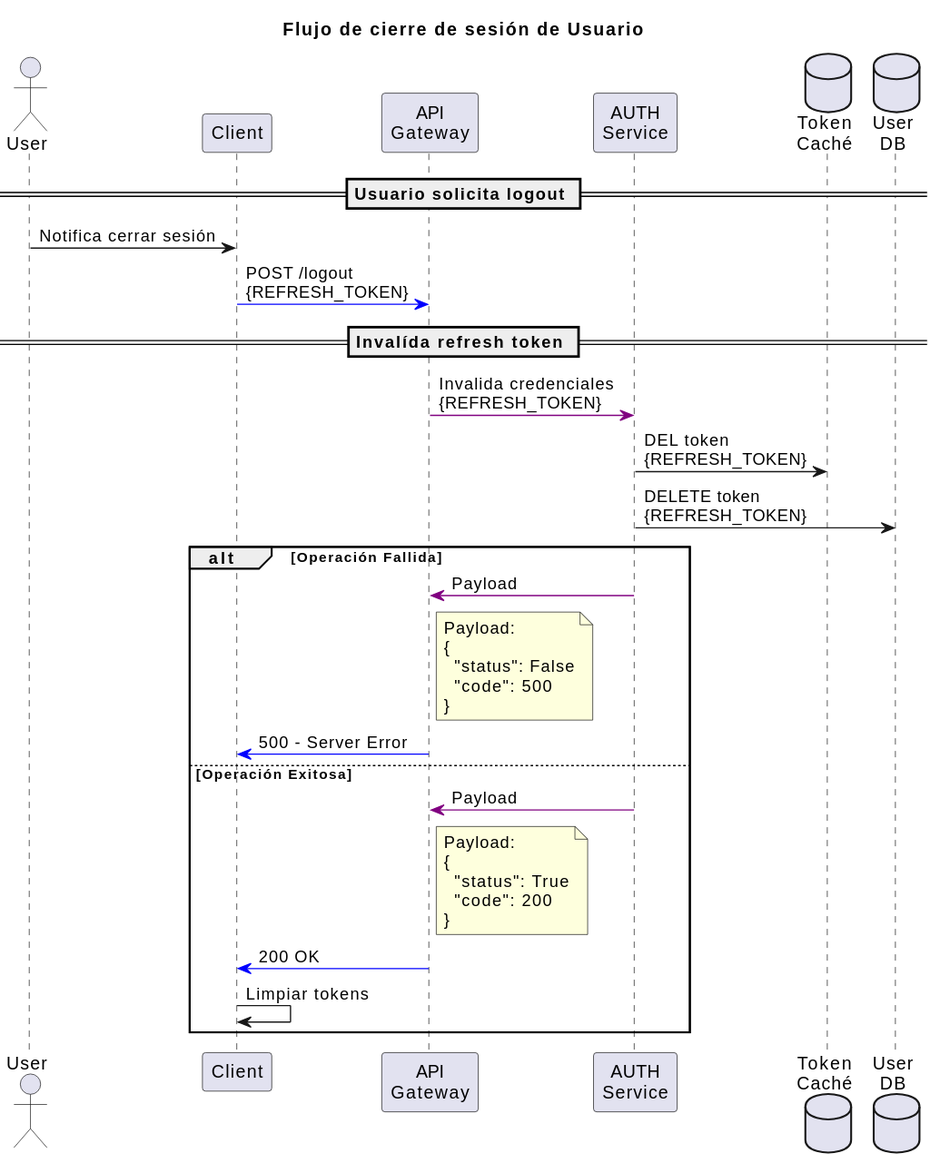
Above: diagrams/logout_flow.svg in P4blo003/ikaros (PlantUML), before the change. Source of this version:
```plantuml
@startuml
title "Flujo de cierre de sesión de Usuario"


actor User as user
participant "Client" as client
participant "API\nGateway" as gateway
participant "AUTH\nService" as auth

database "Token\nCaché" as tokenCache
database "User\nDB" as userDB


== Usuario solicita logout ==

user->client: Notifica cerrar sesión
client-[#blue]>gateway: POST /logout\n{REFRESH_TOKEN}


== Invalída refresh token ==

gateway-[#purple]>auth: Invalida credenciales\n{REFRESH_TOKEN}
auth->tokenCache: DEL token\n{REFRESH_TOKEN}
auth->userDB: DELETE token\n{REFRESH_TOKEN}

alt Operación Fallida
  auth-[#purple]>gateway: Payload

  note right gateway
    Payload:
    {
      "status": False
      "code": 500
    }
    end note

  gateway-[#blue]>client: 500 - Server Error

else Operación Exitosa
  auth-[#purple]>gateway: Payload

  note right gateway
    Payload:
    {
      "status": True
      "code": 200
    }
    end note

  gateway-[#blue]>client: 200 OK
  client->client: Limpiar tokens
end
@enduml
```
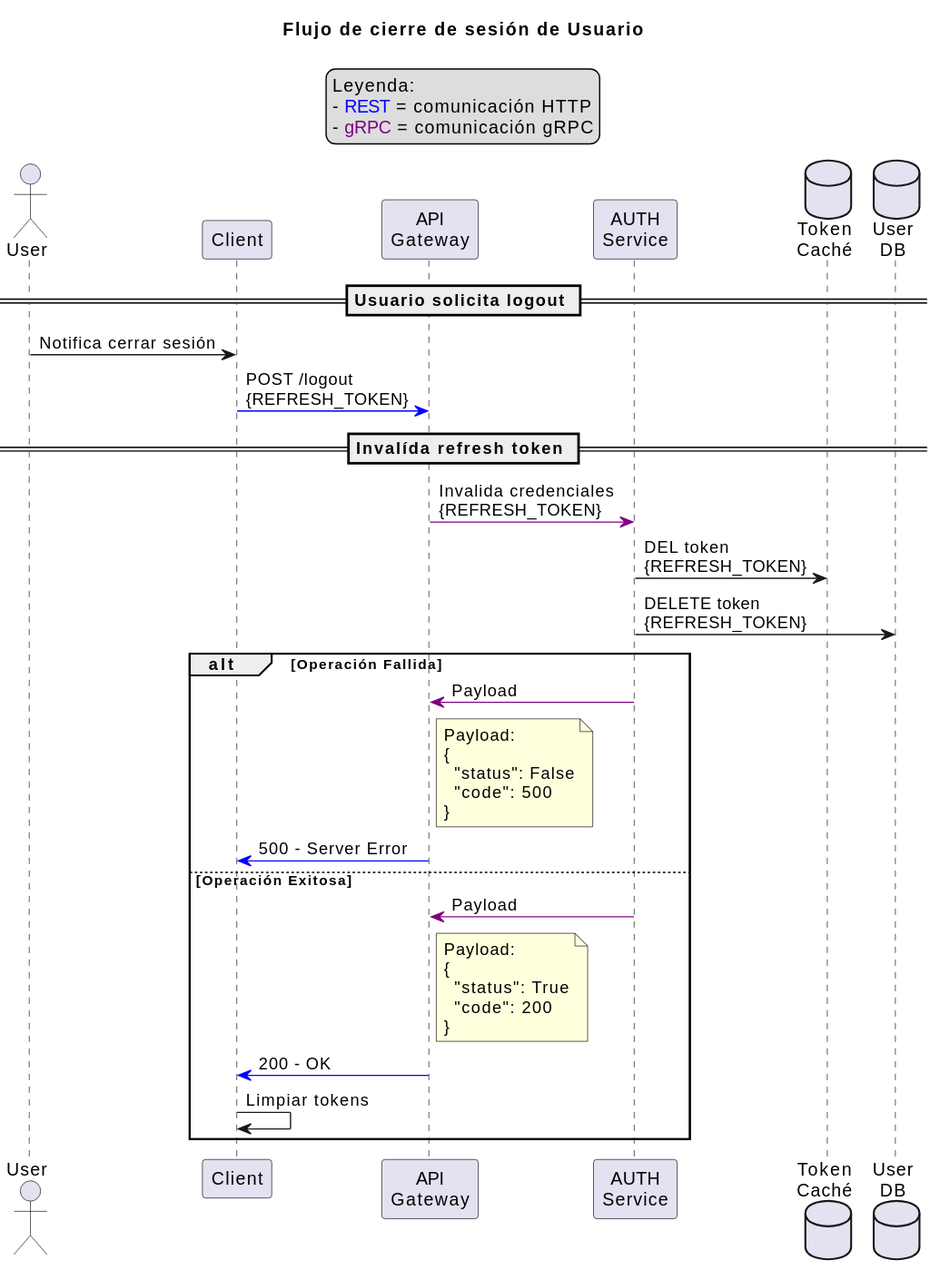
Later version of the same file.

Commit message:
docs(diagram): Actualizar diagramas de flujo de login y cierre de sesión de usuario.

Change to the diagram source:
```diff
@@ -1,6 +1,11 @@
 @startuml
 title "Flujo de cierre de sesión de Usuario"
 
+legend top
+Leyenda:
+- <color:blue>REST</color> = comunicación HTTP
+- <color:purple>gRPC</color> = comunicación gRPC
+end legend
 
 actor User as user
 participant "Client" as client
@@ -47,7 +52,7 @@
     }
     end note
 
-  gateway-[#blue]>client: 200 OK
+  gateway-[#blue]>client: 200 - OK
   client->client: Limpiar tokens
 end
 @enduml
```
